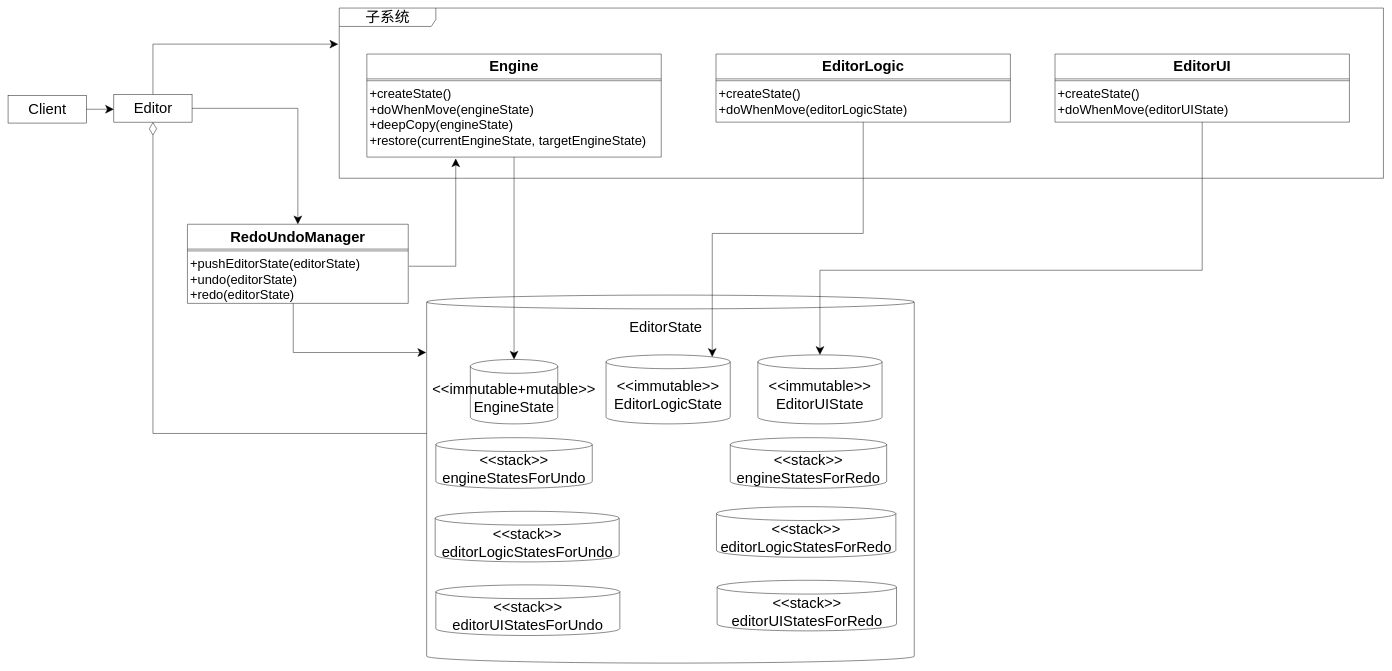
The draw.io diagram packages/撤销重做模式/story_improve/UML.drawio in yyc-git/3DProgramPattern, before the edit. Source tidied: cells renumbered, new cells numbered last; positions are measured from the earlier drawing's top-left corner, leaving out a move shared by most shapes. Both pictures are drawn from the tidied source at 46%, with x=0, y=0 at pixel (8, 8).
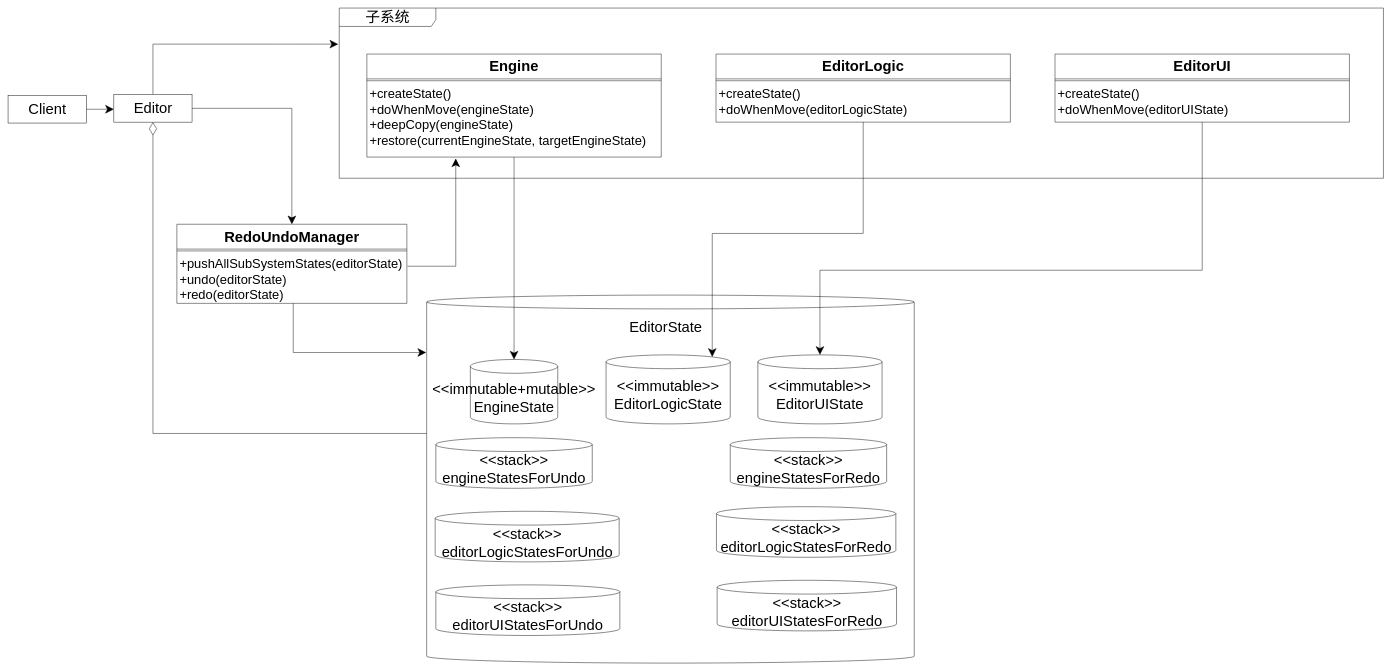
The same page after the edit.

The edit, as a diff of the source:
```diff
@@
     <mxCell id="8" value="RedoUndoManager" style="swimlane;fontStyle=1;align=center;verticalAlign=top;horizontal=1;startSize=54;fontSize=32;" parent="1" vertex="1">
-      <mxGeometry x="390" y="470" width="480" height="172" as="geometry" />
+      <mxGeometry x="367" y="470" width="500" height="172" as="geometry" />
     </mxCell>
     <mxCell id="9" style="line;strokeWidth=1;fillColor=none;align=left;verticalAlign=middle;spacingTop=-1;spacingLeft=3;spacingRight=3;labelPosition=right;" parent="8" vertex="1">
-      <mxGeometry y="54" width="480" height="8" as="geometry" />
+      <mxGeometry y="54" width="500" height="8" as="geometry" />
     </mxCell>
-    <mxCell id="10" value="+pushEditorState(editorState)&#10;+undo(editorState)&#10;+redo(editorState)" style="text;strokeColor=none;fillColor=none;align=left;verticalAlign=top;spacingLeft=4;spacingRight=4;overflow=hidden;points=[[0,0.5],[1,0.5]];portConstraint=eastwest;fontSize=28;" parent="8" vertex="1">
-      <mxGeometry y="62" width="480" height="110" as="geometry" />
+    <mxCell id="10" value="+pushAllSubSystemStates(editorState)&#10;+undo(editorState)&#10;+redo(editorState)" style="text;strokeColor=none;fillColor=none;align=left;verticalAlign=top;spacingLeft=4;spacingRight=4;overflow=hidden;points=[[0,0.5],[1,0.5]];portConstraint=eastwest;fontSize=28;" parent="8" vertex="1">
+      <mxGeometry y="62" width="500" height="110" as="geometry" />
     </mxCell>
```
